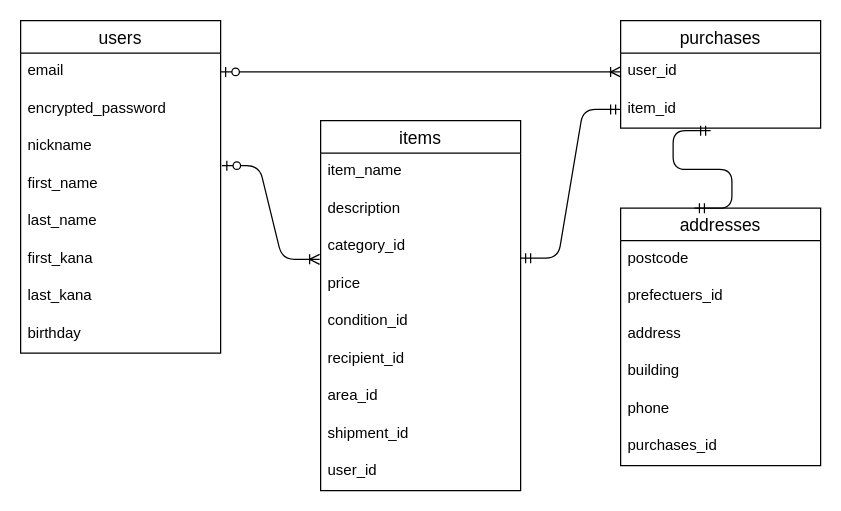
The draw.io diagram ER.dio in datiko1115/baton_app5, before the edit. Source tidied: cells renumbered, new cells numbered last; positions are measured from the earlier drawing's top-left corner, leaving out a move shared by most shapes. Both pictures are drawn from the tidied source at 125%, with x=0, y=0 at pixel (20, 20).
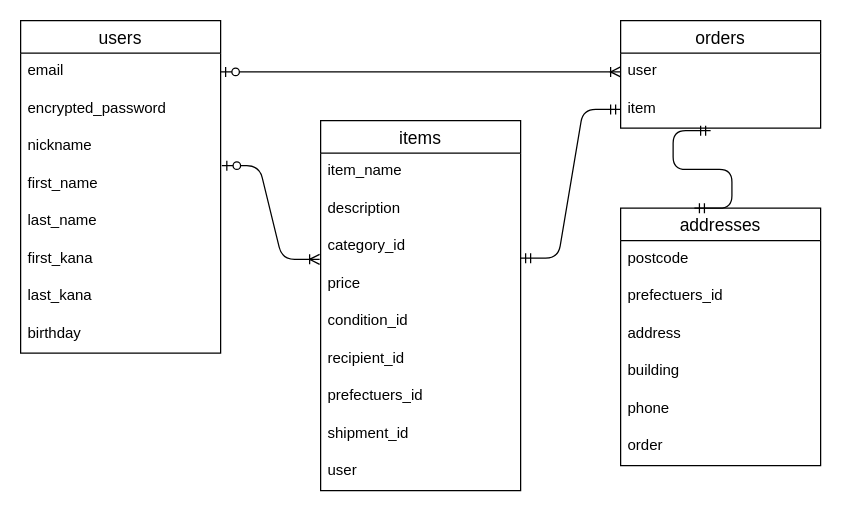
The same diagram, later.

Unchanged cells that the change refers to:
```xml
<mxCell id="11" value="items" style="swimlane;fontStyle=0;horizontal=1;startSize=26;align=center;fontSize=14;rounded=0;" parent="1" vertex="1">
  <mxGeometry x="240" y="80" width="160" height="296" as="geometry" />
</mxCell>
<mxCell id="24" value="addresses" style="swimlane;fontStyle=0;horizontal=1;startSize=26;align=center;fontSize=14;rounded=0;" parent="1" vertex="1">
  <mxGeometry x="480" y="150" width="160" height="206" as="geometry" />
</mxCell>
```

The edit, as a diff of the source:
```diff
@@
-    <mxCell id="18" value="area_id" style="text;strokeColor=none;fillColor=none;spacingLeft=4;spacingRight=4;overflow=hidden;fontSize=12;rounded=0;" parent="11" vertex="1">
+    <mxCell id="18" value="prefectuers_id" style="text;strokeColor=none;fillColor=none;spacingLeft=4;spacingRight=4;overflow=hidden;fontSize=12;rounded=0;" parent="11" vertex="1">
       <mxGeometry y="206" width="160" height="30" as="geometry" />
     </mxCell>
@@
-    <mxCell id="20" value="user_id" style="text;strokeColor=none;fillColor=none;spacingLeft=4;spacingRight=4;overflow=hidden;fontSize=12;rounded=0;" parent="11" vertex="1">
+    <mxCell id="20" value="user" style="text;strokeColor=none;fillColor=none;spacingLeft=4;spacingRight=4;overflow=hidden;fontSize=12;rounded=0;" parent="11" vertex="1">
       <mxGeometry y="266" width="160" height="30" as="geometry" />
     </mxCell>
-    <mxCell id="21" value="purchases" style="swimlane;fontStyle=0;horizontal=1;startSize=26;align=center;fontSize=14;rounded=0;" parent="1" vertex="1">
+    <mxCell id="21" value="orders" style="swimlane;fontStyle=0;horizontal=1;startSize=26;align=center;fontSize=14;rounded=0;" parent="1" vertex="1">
       <mxGeometry x="480" width="160" height="86" as="geometry" />
     </mxCell>
-    <mxCell id="22" value="user_id" style="text;strokeColor=none;fillColor=none;spacingLeft=4;spacingRight=4;overflow=hidden;points=[[0,0.5],[1,0.5]];portConstraint=eastwest;fontSize=12;rounded=0;" parent="21" vertex="1">
+    <mxCell id="22" value="user" style="text;strokeColor=none;fillColor=none;spacingLeft=4;spacingRight=4;overflow=hidden;points=[[0,0.5],[1,0.5]];portConstraint=eastwest;fontSize=12;rounded=0;" parent="21" vertex="1">
       <mxGeometry y="26" width="160" height="30" as="geometry" />
     </mxCell>
-    <mxCell id="23" value="item_id" style="text;strokeColor=none;fillColor=none;spacingLeft=4;spacingRight=4;overflow=hidden;points=[[0,0.5],[1,0.5]];portConstraint=eastwest;fontSize=12;rounded=0;" parent="21" vertex="1">
+    <mxCell id="23" value="item" style="text;strokeColor=none;fillColor=none;spacingLeft=4;spacingRight=4;overflow=hidden;points=[[0,0.5],[1,0.5]];portConstraint=eastwest;fontSize=12;rounded=0;" parent="21" vertex="1">
       <mxGeometry y="56" width="160" height="30" as="geometry" />
     </mxCell>
@@
-    <mxCell id="30" value="purchases_id" style="text;strokeColor=none;fillColor=none;spacingLeft=4;spacingRight=4;overflow=hidden;fontSize=12;rounded=0;" parent="24" vertex="1">
+    <mxCell id="30" value="order" style="text;strokeColor=none;fillColor=none;spacingLeft=4;spacingRight=4;overflow=hidden;fontSize=12;rounded=0;" parent="24" vertex="1">
       <mxGeometry y="176" width="160" height="30" as="geometry" />
     </mxCell>
```
